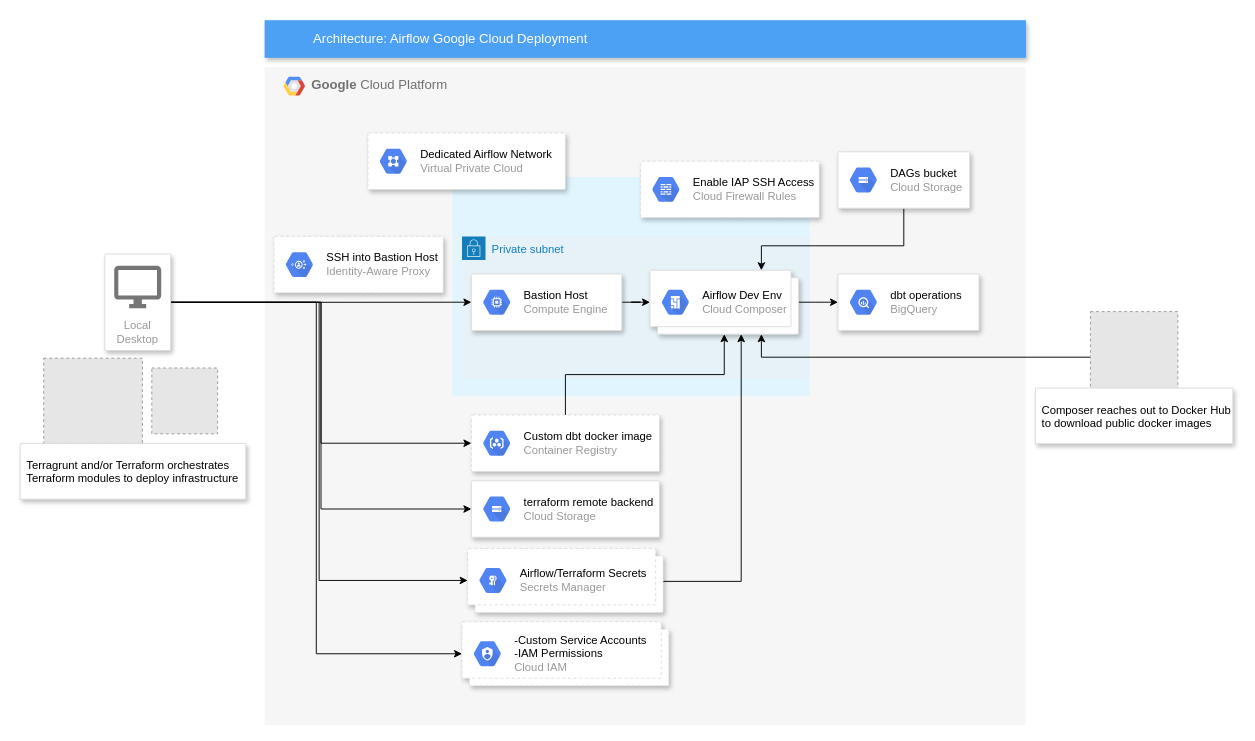
Earlier version of the draw.io diagram docs/terragrunt_deployment.drawio (sungchun12/airflow-toolkit). Source tidied: cells renumbered, new cells numbered last; positions are measured from the earlier drawing's top-left corner, leaving out a move shared by most shapes. Both pictures are drawn from the tidied source at 94%, with x=0, y=0 at pixel (20, 20). Pictures stored in the file or linked from it are replaced by grey dashed boxes.
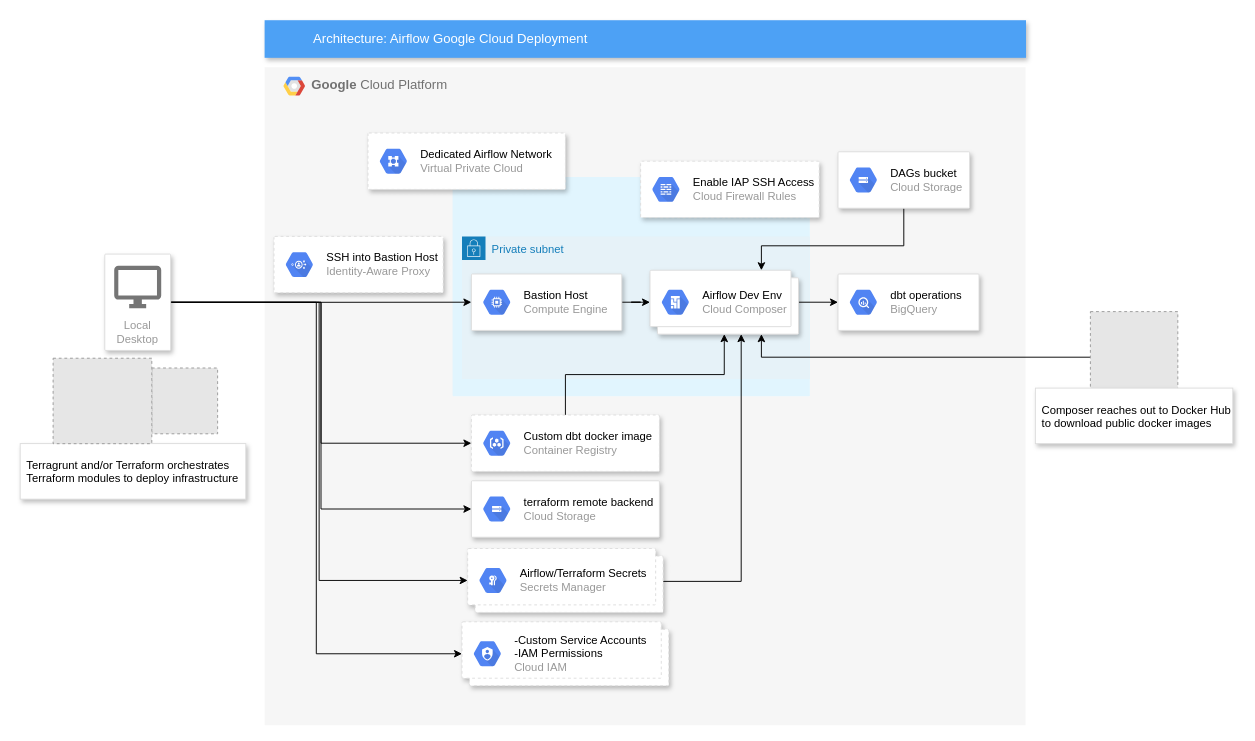
The same diagram, later.

Commit message (it also covers changes not shown here):
fix terragrunt logo

The edit, as a diff of the source:
```diff
@@
-    <mxCell id="39" style="fillColor=#E6E6E6;strokeColor=#999999;dashed=1;verticalLabelPosition=bottom;labelBackgroundColor=#ffffff;verticalAlign=top;" parent="1" vertex="1">
-      <mxGeometry x="25" y="359.6" width="105" height="90.9" as="geometry" />
-    </mxCell>
@@
+    <mxCell id="47" style="fillColor=#E6E6E6;strokeColor=#999999;dashed=1;verticalLabelPosition=bottom;labelBackgroundColor=#ffffff;verticalAlign=top;" parent="1" vertex="1">
+      <mxGeometry x="35" y="359.6" width="105" height="90.9" as="geometry" />
+    </mxCell>
```
